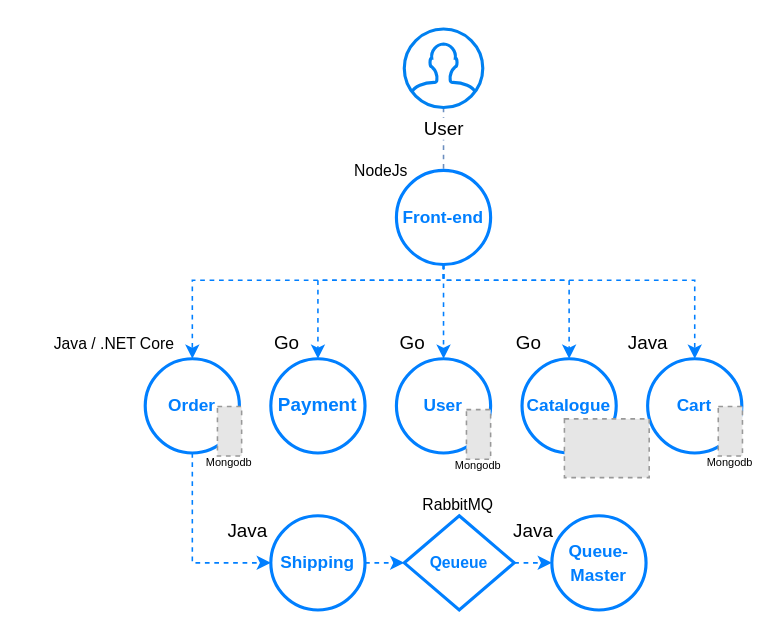
The draw.io diagram sock-shop.drawio in danielfct/master-thesis, before the edit. Source tidied: cells renumbered, new cells numbered last; positions are measured from the earlier drawing's top-left corner, leaving out a move shared by most shapes. Both pictures are drawn from the tidied source at 157%, with x=0, y=0 at pixel (42, 28). Pictures stored in the file or linked from it are replaced by grey dashed boxes.
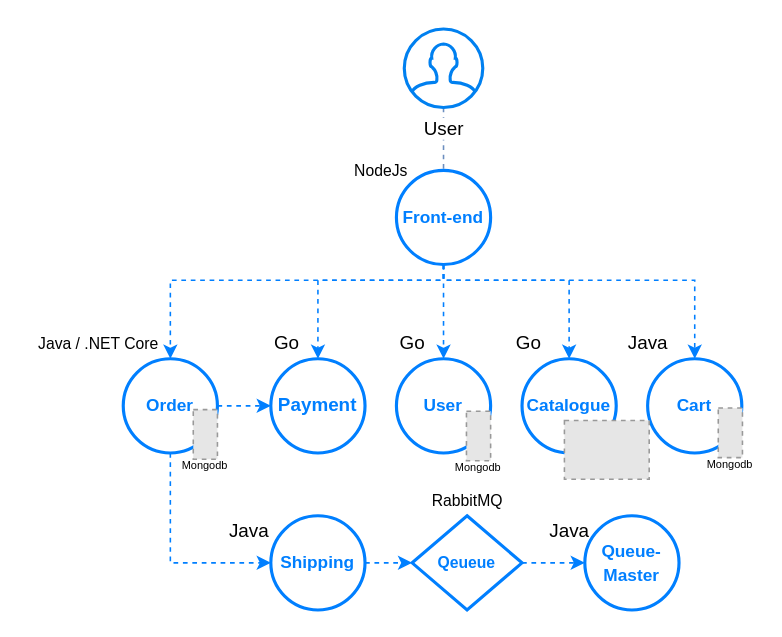
After the change.

The change refers to these unchanged cells:
```xml
<mxCell id="9" value="&lt;font size=&quot;1&quot; color=&quot;#007fff&quot;&gt;&lt;b style=&quot;font-size: 11px&quot;&gt;Front-end&lt;/b&gt;&lt;/font&gt;" style="ellipse;whiteSpace=wrap;html=1;strokeWidth=2;strokeColor=#007FFF;" parent="1" vertex="1">
  <mxGeometry x="225" y="90" width="60" height="60" as="geometry" />
</mxCell>
<mxCell id="15" value="&lt;b&gt;&lt;font color=&quot;#007fff&quot;&gt;Payment&lt;/font&gt;&lt;/b&gt;" style="ellipse;whiteSpace=wrap;html=1;strokeWidth=2;strokeColor=#007FFF;" parent="1" vertex="1">
  <mxGeometry x="145" y="210" width="60" height="60" as="geometry" />
</mxCell>
<mxCell id="23" value="&lt;font size=&quot;1&quot; color=&quot;#007fff&quot;&gt;&lt;b style=&quot;font-size: 11px&quot;&gt;Shipping&lt;/b&gt;&lt;/font&gt;" style="ellipse;whiteSpace=wrap;html=1;strokeWidth=2;strokeColor=#007FFF;" parent="1" vertex="1">
  <mxGeometry x="145" y="310" width="60" height="60" as="geometry" />
</mxCell>
```

The edit, as a diff of the source:
```diff
@@
     <mxCell id="4" style="edgeStyle=orthogonalEdgeStyle;rounded=0;jettySize=auto;html=1;entryX=0.5;entryY=0;entryDx=0;entryDy=0;dashed=1;endArrow=classic;endFill=1;fillColor=#dae8fc;strokeColor=#007FFF;" parent="1" edge="1" source="9" target="12">
       <mxGeometry relative="1" as="geometry">
         <Array as="points">
           <mxPoint x="255" y="160" />
-          <mxPoint x="95" y="160" />
+          <mxPoint x="81" y="160" />
         </Array>
       </mxGeometry>
     </mxCell>
@@
-    <mxCell id="11" style="edgeStyle=elbowEdgeStyle;rounded=0;jettySize=auto;elbow=vertical;html=1;dashed=1;endArrow=classic;endFill=1;fontSize=10;fillColor=#dae8fc;strokeColor=#007FFF;" parent="1" edge="1" source="12" target="23">
+    <mxCell id="11" style="edgeStyle=elbowEdgeStyle;rounded=0;jettySize=auto;elbow=vertical;html=1;dashed=1;endArrow=classic;endFill=1;fontSize=10;fillColor=#dae8fc;strokeColor=#007FFF;entryX=0;entryY=0.5;entryDx=0;entryDy=0;" parent="1" edge="1" source="12" target="23">
       <mxGeometry relative="1" as="geometry">
         <Array as="points">
+          <mxPoint x="81" y="340" />
+          <mxPoint x="70" y="310" />
+          <mxPoint x="100" y="340" />
+          <mxPoint x="81" y="310" />
+          <mxPoint x="110" y="340" />
+          <mxPoint x="81" y="310" />
           <mxPoint x="95" y="340" />
         </Array>
       </mxGeometry>
     </mxCell>
     <mxCell id="12" value="&lt;font style=&quot;font-size: 11px&quot; color=&quot;#007fff&quot;&gt;&lt;b&gt;Order&lt;/b&gt;&lt;/font&gt;" style="ellipse;whiteSpace=wrap;html=1;strokeWidth=2;strokeColor=#007FFF;" parent="1" vertex="1">
-      <mxGeometry x="65" y="210" width="60" height="60" as="geometry" />
+      <mxGeometry x="51" y="210" width="60" height="60" as="geometry" />
     </mxCell>
@@
     <mxCell id="17" value="&lt;font style=&quot;font-size: 10px&quot;&gt;Java / .NET Core&lt;/font&gt;" style="text;html=1;align=center;verticalAlign=middle;" parent="1" vertex="1">
-      <mxGeometry y="190" width="90" height="20" as="geometry" />
+      <mxGeometry x="-10" y="190" width="90" height="20" as="geometry" />
     </mxCell>
@@
     <mxCell id="24" value="Java" style="text;html=1;align=center;verticalAlign=middle;" parent="1" vertex="1">
-      <mxGeometry x="110" y="310" width="40" height="20" as="geometry" />
+      <mxGeometry x="111" y="310" width="40" height="20" as="geometry" />
     </mxCell>
@@
     <mxCell id="26" value="&lt;b&gt;&lt;font color=&quot;#007fff&quot;&gt;Qeueue&lt;/font&gt;&lt;/b&gt;" style="rhombus;whiteSpace=wrap;html=1;strokeWidth=2;fontSize=10;strokeColor=#007FFF;" parent="1" vertex="1">
-      <mxGeometry x="230" y="310" width="70" height="60" as="geometry" />
+      <mxGeometry x="235" y="310" width="70" height="60" as="geometry" />
     </mxCell>
     <mxCell id="27" value="RabbitMQ" style="text;html=1;align=center;verticalAlign=middle;fontSize=10;" parent="1" vertex="1">
-      <mxGeometry x="234" y="293" width="60" height="20" as="geometry" />
+      <mxGeometry x="240" y="290" width="60" height="20" as="geometry" />
     </mxCell>
     <mxCell id="28" value="&lt;font size=&quot;1&quot; color=&quot;#007fff&quot;&gt;&lt;b style=&quot;font-size: 11px&quot;&gt;Queue-Master&lt;/b&gt;&lt;/font&gt;" style="ellipse;whiteSpace=wrap;html=1;strokeWidth=2;strokeColor=#007FFF;" parent="1" vertex="1">
-      <mxGeometry x="324" y="310" width="60" height="60" as="geometry" />
+      <mxGeometry x="345" y="310" width="60" height="60" as="geometry" />
     </mxCell>
     <mxCell id="29" value="Java" style="text;html=1;align=center;verticalAlign=middle;" parent="1" vertex="1">
-      <mxGeometry x="292" y="310" width="40" height="20" as="geometry" />
+      <mxGeometry x="315" y="310" width="40" height="20" as="geometry" />
     </mxCell>
     <mxCell id="30" style="fillColor=#E6E6E6;strokeColor=#999999;dashed=1;verticalLabelPosition=bottom;labelBackgroundColor=#ffffff;verticalAlign=top;" parent="1" vertex="1">
-      <mxGeometry x="332" y="248.3" width="54" height="37.4" as="geometry" />
+      <mxGeometry x="332" y="249.3" width="54" height="37.4" as="geometry" />
     </mxCell>
     <mxCell id="31" value="Mongodb" style="fillColor=#E6E6E6;strokeColor=#999999;dashed=1;verticalLabelPosition=bottom;labelBackgroundColor=#ffffff;verticalAlign=top;spacing=-4;fontSize=7;" parent="1" vertex="1">
-      <mxGeometry x="430" y="240.4" width="15.4" height="31.6" as="geometry" />
+      <mxGeometry x="430" y="241.4" width="15.4" height="31.6" as="geometry" />
     </mxCell>
     <mxCell id="32" value="Mongodb" style="fillColor=#E6E6E6;strokeColor=#999999;dashed=1;verticalLabelPosition=bottom;labelBackgroundColor=#ffffff;verticalAlign=top;spacing=-4;fontSize=7;" parent="1" vertex="1">
-      <mxGeometry x="269.6" y="242.4" width="15.4" height="31.6" as="geometry" />
+      <mxGeometry x="269.6" y="243.4" width="15.4" height="31.6" as="geometry" />
     </mxCell>
     <mxCell id="33" value="Mongodb" style="fillColor=#E6E6E6;strokeColor=#999999;dashed=1;verticalLabelPosition=bottom;labelBackgroundColor=#ffffff;verticalAlign=top;spacing=-4;fontSize=7;" parent="1" vertex="1">
-      <mxGeometry x="111" y="240.4" width="15.4" height="31.6" as="geometry" />
+      <mxGeometry x="95.6" y="242.4" width="15.4" height="31.6" as="geometry" />
     </mxCell>
+    <mxCell id="34" style="edgeStyle=elbowEdgeStyle;rounded=0;jettySize=auto;elbow=vertical;html=1;dashed=1;endArrow=classic;endFill=1;fontSize=10;fillColor=#dae8fc;strokeColor=#007FFF;exitX=1;exitY=0.5;exitDx=0;exitDy=0;entryX=0;entryY=0.5;entryDx=0;entryDy=0;" parent="1" edge="1" source="12" target="15">
+      <mxGeometry relative="1" as="geometry">
+        <Array as="points">
+          <mxPoint x="140" y="240" />
+        </Array>
+      </mxGeometry>
+    </mxCell>
```
